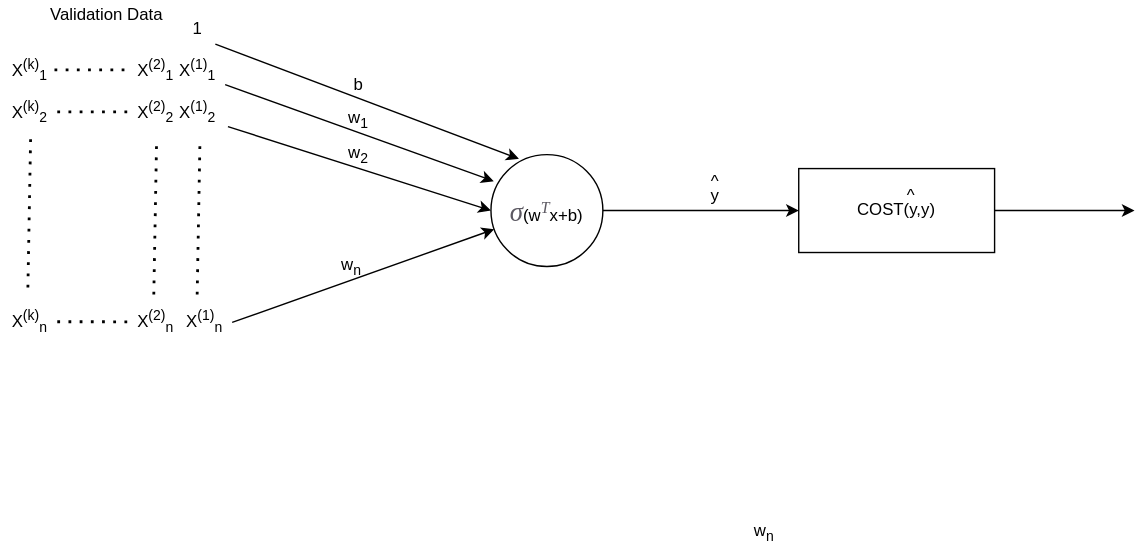
ronen567/just-the-docs keeps this draw.io diagram as assets/images/supervised/ML-validation-sigmoid-network.svg. Above is the earlier version. Source tidied: cells renumbered, new cells last; positions are measured from the earlier drawing's top-left corner, leaving out a move shared by most shapes.
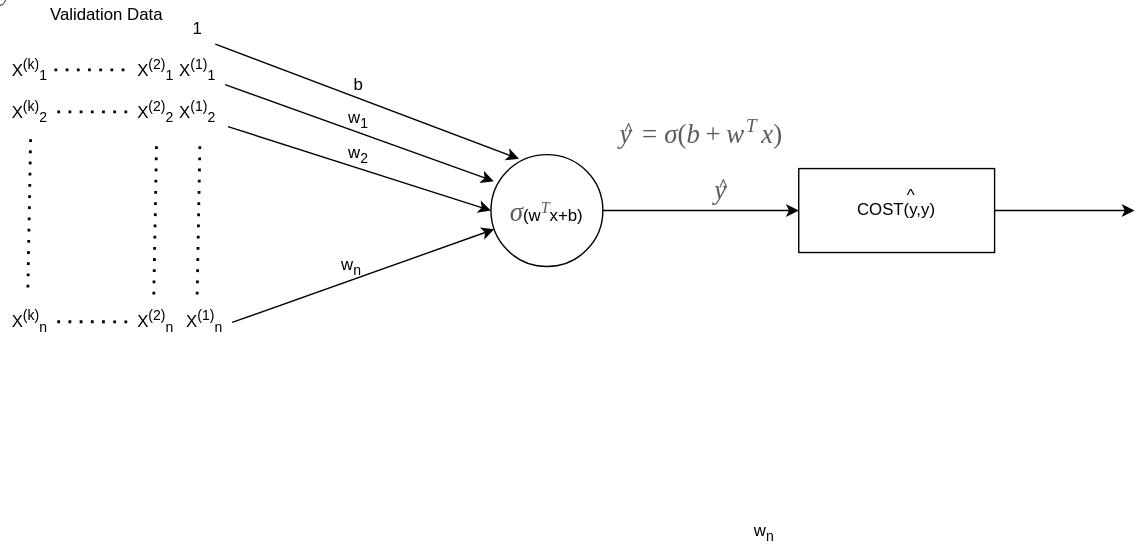
After the change.

The edit, as a diff of the source:
```diff
@@ -91,12 +91,6 @@
     <mxCell id="25" value="COST(y,y)" style="rounded=0;whiteSpace=wrap;html=1;" parent="1" vertex="1">
       <mxGeometry x="570" y="120" width="140" height="60" as="geometry" />
     </mxCell>
-    <mxCell id="26" value="y" style="text;html=1;align=center;verticalAlign=middle;" parent="1" vertex="1">
-      <mxGeometry x="500" y="130" width="20" height="20" as="geometry" />
-    </mxCell>
-    <mxCell id="27" value="^" style="text;html=1;align=center;verticalAlign=middle;" parent="1" vertex="1">
-      <mxGeometry x="500" y="120" width="20" height="20" as="geometry" />
-    </mxCell>
     <mxCell id="28" style="endArrow=classic;html=1;exitX=1;exitY=0.5;exitDx=0;exitDy=0;entryX=0;entryY=0.5;entryDx=0;entryDy=0;" parent="1" edge="1" source="2" target="25">
       <mxGeometry relative="1" as="geometry" />
     </mxCell>
@@ -120,5 +114,14 @@
     <mxCell id="34" value="w&lt;sub&gt;n&lt;/sub&gt;" style="text;html=1;align=center;verticalAlign=middle;" parent="1" vertex="1">
       <mxGeometry x="530" y="370" width="30" height="20" as="geometry" />
     </mxCell>
+    <mxCell id="35" value="&lt;span style=&quot;color: rgb(92 , 89 , 98) ; font-size: 19.2px ; background-color: rgb(255 , 255 , 255) ; box-sizing: border-box ; transition: none 0s ease 0s ; position: absolute ; border: 0px ; padding: 0px ; margin: 0px ; vertical-align: 0px ; line-height: normal ; clip: rect(3.44em , 1000.52em , 4.378em , -999.997em) ; top: -4.008em ; left: 0.003em&quot;&gt;&lt;span class=&quot;mi&quot; id=&quot;MathJax-Span-401&quot; style=&quot;box-sizing: border-box ; transition: none 0s ease 0s ; display: inline ; position: static ; border: 0px ; padding: 0px ; margin: 0px ; vertical-align: 0px ; line-height: normal ; font-family: &amp;#34;mathjax_math&amp;#34; ; font-style: italic&quot;&gt;y&lt;span style=&quot;box-sizing: border-box ; transition: none 0s ease 0s ; display: inline-block ; position: static ; border: 0px ; padding: 0px ; margin: 0px ; vertical-align: 0px ; line-height: normal ; overflow: hidden ; height: 1px ; width: 0.003em&quot;&gt;&lt;/span&gt;&lt;/span&gt;&lt;span style=&quot;box-sizing: border-box ; transition: none 0s ease 0s ; display: inline-block ; position: static ; border: 0px ; padding: 0px ; margin: 0px ; vertical-align: 0px ; line-height: normal ; width: 0px ; height: 4.013em&quot;&gt;&lt;/span&gt;&lt;/span&gt;&lt;span style=&quot;color: rgb(92 , 89 , 98) ; font-size: 19.2px ; background-color: rgb(255 , 255 , 255) ; box-sizing: border-box ; transition: none 0s ease 0s ; position: absolute ; border: 0px ; padding: 0px ; margin: 0px ; vertical-align: 0px ; line-height: normal ; clip: rect(3.18em , 1000.37em , 3.648em , -999.997em) ; top: -4.06em ; left: 0.107em&quot;&gt;&lt;span class=&quot;mo&quot; id=&quot;MathJax-Span-402&quot; style=&quot;box-sizing: border-box ; transition: none 0s ease 0s ; display: inline ; position: static ; border: 0px ; padding: 0px ; margin: 0px ; vertical-align: 0px ; line-height: normal ; font-family: &amp;#34;mathjax_main&amp;#34;&quot;&gt;^&lt;/span&gt;&lt;/span&gt;" style="text;html=1;align=center;verticalAlign=middle;" parent="1" vertex="1">
+      <mxGeometry x="450" y="35" width="20" height="10" as="geometry" />
+    </mxCell>
+    <mxCell id="36" value="&lt;span class=&quot;texatom&quot; id=&quot;MathJax-Span-398&quot; style=&quot;box-sizing: border-box ; transition: none 0s ease 0s ; display: inline ; position: static ; border: 0px ; padding: 0px ; margin: 0px ; vertical-align: 0px ; line-height: normal ; color: rgb(92 , 89 , 98) ; font-size: 19.2px ; background-color: rgb(255 , 255 , 255)&quot;&gt;&lt;span class=&quot;mrow&quot; id=&quot;MathJax-Span-399&quot; style=&quot;box-sizing: border-box ; transition: none 0s ease 0s ; display: inline ; position: static ; border: 0px ; padding: 0px ; margin: 0px ; vertical-align: 0px ; line-height: normal&quot;&gt;&lt;span class=&quot;munderover&quot; id=&quot;MathJax-Span-400&quot; style=&quot;box-sizing: border-box ; transition: none 0s ease 0s ; display: inline ; position: static ; border: 0px ; padding: 0px ; margin: 0px ; vertical-align: 0px ; line-height: normal&quot;&gt;&lt;span style=&quot;box-sizing: border-box ; transition: none 0s ease 0s ; display: inline-block ; position: relative ; border: 0px ; padding: 0px ; margin: 0px ; vertical-align: 0px ; line-height: normal ; width: 0.576em ; height: 0px&quot;&gt;&lt;span style=&quot;box-sizing: border-box ; transition: none 0s ease 0s ; position: absolute ; border: 0px ; padding: 0px ; margin: 0px ; vertical-align: 0px ; line-height: normal ; clip: rect(3.44em , 1000.52em , 4.378em , -999.997em) ; top: -4.008em ; left: 0.003em&quot;&gt;&lt;span class=&quot;mi&quot; id=&quot;MathJax-Span-401&quot; style=&quot;box-sizing: border-box ; transition: none 0s ease 0s ; display: inline ; position: static ; border: 0px ; padding: 0px ; margin: 0px ; vertical-align: 0px ; line-height: normal ; font-family: &amp;#34;mathjax_math&amp;#34; ; font-style: italic&quot;&gt;y&lt;span style=&quot;box-sizing: border-box ; transition: none 0s ease 0s ; display: inline-block ; position: static ; border: 0px ; padding: 0px ; margin: 0px ; vertical-align: 0px ; line-height: normal ; overflow: hidden ; height: 1px ; width: 0.003em&quot;&gt;&lt;/span&gt;&lt;/span&gt;&lt;span style=&quot;box-sizing: border-box ; transition: none 0s ease 0s ; display: inline-block ; position: static ; border: 0px ; padding: 0px ; margin: 0px ; vertical-align: 0px ; line-height: normal ; width: 0px ; height: 4.013em&quot;&gt;&lt;/span&gt;&lt;/span&gt;&lt;span style=&quot;box-sizing: border-box ; transition: none 0s ease 0s ; position: absolute ; border: 0px ; padding: 0px ; margin: 0px ; vertical-align: 0px ; line-height: normal ; clip: rect(3.18em , 1000.37em , 3.648em , -999.997em) ; top: -4.06em ; left: 0.107em&quot;&gt;&lt;span class=&quot;mo&quot; id=&quot;MathJax-Span-402&quot; style=&quot;box-sizing: border-box ; transition: none 0s ease 0s ; display: inline ; position: static ; border: 0px ; padding: 0px ; margin: 0px ; vertical-align: 0px ; line-height: normal ; font-family: &amp;#34;mathjax_main&amp;#34;&quot;&gt;^&lt;/span&gt;&lt;span style=&quot;box-sizing: border-box ; transition: none 0s ease 0s ; display: inline-block ; position: static ; border: 0px ; padding: 0px ; margin: 0px ; vertical-align: 0px ; line-height: normal ; width: 0px ; height: 4.013em&quot;&gt;&lt;/span&gt;&lt;/span&gt;&lt;/span&gt;&lt;/span&gt;&lt;/span&gt;&lt;/span&gt;&lt;span class=&quot;mo&quot; id=&quot;MathJax-Span-403&quot; style=&quot;box-sizing: border-box ; transition: none 0s ease 0s ; display: inline ; position: static ; border: 0px ; padding: 0px 0px 0px 0.263em ; margin: 0px ; vertical-align: 0px ; line-height: normal ; color: rgb(92 , 89 , 98) ; font-size: 19.2px ; background-color: rgb(255 , 255 , 255) ; font-family: &amp;#34;mathjax_main&amp;#34;&quot;&gt;=&lt;/span&gt;&lt;span class=&quot;mi&quot; id=&quot;MathJax-Span-404&quot; style=&quot;box-sizing: border-box ; transition: none 0s ease 0s ; display: inline ; position: static ; border: 0px ; padding: 0px 0px 0px 0.263em ; margin: 0px ; vertical-align: 0px ; line-height: normal ; color: rgb(92 , 89 , 98) ; font-size: 19.2px ; background-color: rgb(255 , 255 , 255) ; font-family: &amp;#34;mathjax_math&amp;#34; ; font-style: italic&quot;&gt;σ&lt;span style=&quot;box-sizing: border-box ; transition: none 0s ease 0s ; display: inline-block ; position: static ; border: 0px ; padding: 0px ; margin: 0px ; vertical-align: 0px ; line-height: normal ; overflow: hidden ; height: 1px ; width: 0.003em&quot;&gt;&lt;/span&gt;&lt;/span&gt;&lt;span class=&quot;mo&quot; id=&quot;MathJax-Span-405&quot; style=&quot;box-sizing: border-box ; transition: none 0s ease 0s ; display: inline ; position: static ; border: 0px ; padding: 0px ; margin: 0px ; vertical-align: 0px ; line-height: normal ; color: rgb(92 , 89 , 98) ; font-size: 19.2px ; background-color: rgb(255 , 255 , 255) ; font-family: &amp;#34;mathjax_main&amp;#34;&quot;&gt;(&lt;/span&gt;&lt;span class=&quot;mi&quot; id=&quot;MathJax-Span-406&quot; style=&quot;box-sizing: border-box ; transition: none 0s ease 0s ; display: inline ; position: static ; border: 0px ; padding: 0px ; margin: 0px ; vertical-align: 0px ; line-height: normal ; color: rgb(92 , 89 , 98) ; font-size: 19.2px ; background-color: rgb(255 , 255 , 255) ; font-family: &amp;#34;mathjax_math&amp;#34; ; font-style: italic&quot;&gt;b&lt;/span&gt;&lt;span class=&quot;mo&quot; id=&quot;MathJax-Span-407&quot; style=&quot;box-sizing: border-box ; transition: none 0s ease 0s ; display: inline ; position: static ; border: 0px ; padding: 0px 0px 0px 0.211em ; margin: 0px ; vertical-align: 0px ; line-height: normal ; color: rgb(92 , 89 , 98) ; font-size: 19.2px ; background-color: rgb(255 , 255 , 255) ; font-family: &amp;#34;mathjax_main&amp;#34;&quot;&gt;+&lt;/span&gt;&lt;span class=&quot;msubsup&quot; id=&quot;MathJax-Span-408&quot; style=&quot;box-sizing: border-box ; transition: none 0s ease 0s ; display: inline ; position: static ; border: 0px ; padding: 0px 0px 0px 0.211em ; margin: 0px ; vertical-align: 0px ; line-height: normal ; color: rgb(92 , 89 , 98) ; font-size: 19.2px ; background-color: rgb(255 , 255 , 255)&quot;&gt;&lt;span style=&quot;box-sizing: border-box ; transition: none 0s ease 0s ; display: inline-block ; position: relative ; border: 0px ; padding: 0px ; margin: 0px ; vertical-align: 0px ; line-height: normal ; width: 1.305em ; height: 0px&quot;&gt;&lt;span style=&quot;box-sizing: border-box ; transition: none 0s ease 0s ; position: absolute ; border: 0px ; padding: 0px ; margin: 0px ; vertical-align: 0px ; line-height: normal ; clip: rect(3.388em , 1000.68em , 4.169em , -999.997em) ; top: -4.008em ; left: 0em&quot;&gt;&lt;span class=&quot;mi&quot; id=&quot;MathJax-Span-409&quot; style=&quot;box-sizing: border-box ; transition: none 0s ease 0s ; display: inline ; position: static ; border: 0px ; padding: 0px ; margin: 0px ; vertical-align: 0px ; line-height: normal ; font-family: &amp;#34;mathjax_math&amp;#34; ; font-style: italic&quot;&gt;w&lt;/span&gt;&lt;span style=&quot;box-sizing: border-box ; transition: none 0s ease 0s ; display: inline-block ; position: static ; border: 0px ; padding: 0px ; margin: 0px ; vertical-align: 0px ; line-height: normal ; width: 0px ; height: 4.013em&quot;&gt;&lt;/span&gt;&lt;/span&gt;&lt;span style=&quot;box-sizing: border-box ; transition: none 0s ease 0s ; position: absolute ; border: 0px ; padding: 0px ; margin: 0px ; vertical-align: 0px ; line-height: normal ; top: -4.424em ; left: 0.732em&quot;&gt;&lt;span class=&quot;mi&quot; id=&quot;MathJax-Span-410&quot; style=&quot;box-sizing: border-box ; transition: none 0s ease 0s ; display: inline ; position: static ; border: 0px ; padding: 0px ; margin: 0px ; vertical-align: 0px ; line-height: normal ; font-size: 13.5744px ; font-family: &amp;#34;mathjax_math&amp;#34; ; font-style: italic&quot;&gt;T&lt;span style=&quot;box-sizing: border-box ; transition: none 0s ease 0s ; display: inline-block ; position: static ; border: 0px ; padding: 0px ; margin: 0px ; vertical-align: 0px ; line-height: normal ; overflow: hidden ; height: 1px ; width: 0.107em&quot;&gt;&lt;/span&gt;&lt;/span&gt;&lt;span style=&quot;box-sizing: border-box ; transition: none 0s ease 0s ; display: inline-block ; position: static ; border: 0px ; padding: 0px ; margin: 0px ; vertical-align: 0px ; line-height: normal ; width: 0px ; height: 4.013em&quot;&gt;&lt;/span&gt;&lt;/span&gt;&lt;/span&gt;&lt;/span&gt;&lt;span class=&quot;mi&quot; id=&quot;MathJax-Span-411&quot; style=&quot;box-sizing: border-box ; transition: none 0s ease 0s ; display: inline ; position: static ; border: 0px ; padding: 0px ; margin: 0px ; vertical-align: 0px ; line-height: normal ; color: rgb(92 , 89 , 98) ; font-size: 19.2px ; background-color: rgb(255 , 255 , 255) ; font-family: &amp;#34;mathjax_math&amp;#34; ; font-style: italic&quot;&gt;x&lt;/span&gt;&lt;span class=&quot;mo&quot; id=&quot;MathJax-Span-412&quot; style=&quot;box-sizing: border-box ; transition: none 0s ease 0s ; display: inline ; position: static ; border: 0px ; padding: 0px ; margin: 0px ; vertical-align: 0px ; line-height: normal ; color: rgb(92 , 89 , 98) ; font-size: 19.2px ; background-color: rgb(255 , 255 , 255) ; font-family: &amp;#34;mathjax_main&amp;#34;&quot;&gt;)&lt;/span&gt;" style="text;html=1;align=center;verticalAlign=middle;" parent="1" vertex="1">
+      <mxGeometry x="430" y="80" width="140" height="30" as="geometry" />
+    </mxCell>
+    <mxCell id="37" value="&lt;span class=&quot;texatom&quot; id=&quot;MathJax-Span-398&quot; style=&quot;box-sizing: border-box ; transition: none 0s ease 0s ; display: inline ; position: static ; border: 0px ; padding: 0px ; margin: 0px ; vertical-align: 0px ; line-height: normal ; color: rgb(92 , 89 , 98) ; font-size: 19.2px ; background-color: rgb(255 , 255 , 255)&quot;&gt;&lt;span class=&quot;mrow&quot; id=&quot;MathJax-Span-399&quot; style=&quot;box-sizing: border-box ; transition: none 0s ease 0s ; display: inline ; position: static ; border: 0px ; padding: 0px ; margin: 0px ; vertical-align: 0px ; line-height: normal&quot;&gt;&lt;span class=&quot;munderover&quot; id=&quot;MathJax-Span-400&quot; style=&quot;box-sizing: border-box ; transition: none 0s ease 0s ; display: inline ; position: static ; border: 0px ; padding: 0px ; margin: 0px ; vertical-align: 0px ; line-height: normal&quot;&gt;&lt;span style=&quot;box-sizing: border-box ; transition: none 0s ease 0s ; display: inline-block ; position: relative ; border: 0px ; padding: 0px ; margin: 0px ; vertical-align: 0px ; line-height: normal ; width: 0.576em ; height: 0px&quot;&gt;&lt;span style=&quot;box-sizing: border-box ; transition: none 0s ease 0s ; position: absolute ; border: 0px ; padding: 0px ; margin: 0px ; vertical-align: 0px ; line-height: normal ; clip: rect(3.44em , 1000.52em , 4.378em , -999.997em) ; top: -4.008em ; left: 0.003em&quot;&gt;&lt;span class=&quot;mi&quot; id=&quot;MathJax-Span-401&quot; style=&quot;box-sizing: border-box ; transition: none 0s ease 0s ; display: inline ; position: static ; border: 0px ; padding: 0px ; margin: 0px ; vertical-align: 0px ; line-height: normal ; font-family: &amp;#34;mathjax_math&amp;#34; ; font-style: italic&quot;&gt;y&lt;span style=&quot;box-sizing: border-box ; transition: none 0s ease 0s ; display: inline-block ; position: static ; border: 0px ; padding: 0px ; margin: 0px ; vertical-align: 0px ; line-height: normal ; overflow: hidden ; height: 1px ; width: 0.003em&quot;&gt;&lt;/span&gt;&lt;/span&gt;&lt;span style=&quot;box-sizing: border-box ; transition: none 0s ease 0s ; display: inline-block ; position: static ; border: 0px ; padding: 0px ; margin: 0px ; vertical-align: 0px ; line-height: normal ; width: 0px ; height: 4.013em&quot;&gt;&lt;/span&gt;&lt;/span&gt;&lt;span style=&quot;box-sizing: border-box ; transition: none 0s ease 0s ; position: absolute ; border: 0px ; padding: 0px ; margin: 0px ; vertical-align: 0px ; line-height: normal ; clip: rect(3.18em , 1000.37em , 3.648em , -999.997em) ; top: -4.06em ; left: 0.107em&quot;&gt;&lt;span class=&quot;mo&quot; id=&quot;MathJax-Span-402&quot; style=&quot;box-sizing: border-box ; transition: none 0s ease 0s ; display: inline ; position: static ; border: 0px ; padding: 0px ; margin: 0px ; vertical-align: 0px ; line-height: normal ; font-family: &amp;#34;mathjax_main&amp;#34;&quot;&gt;^&lt;/span&gt;&lt;span style=&quot;box-sizing: border-box ; transition: none 0s ease 0s ; display: inline-block ; position: static ; border: 0px ; padding: 0px ; margin: 0px ; vertical-align: 0px ; line-height: normal ; width: 0px ; height: 4.013em&quot;&gt;&lt;/span&gt;&lt;/span&gt;&lt;/span&gt;&lt;/span&gt;&lt;/span&gt;&lt;/span&gt;" style="text;html=1;align=center;verticalAlign=middle;" parent="1" vertex="1">
+      <mxGeometry x="500" y="120" width="30" height="30" as="geometry" />
+    </mxCell>
   </root>
 </mxGraphModel>
```
